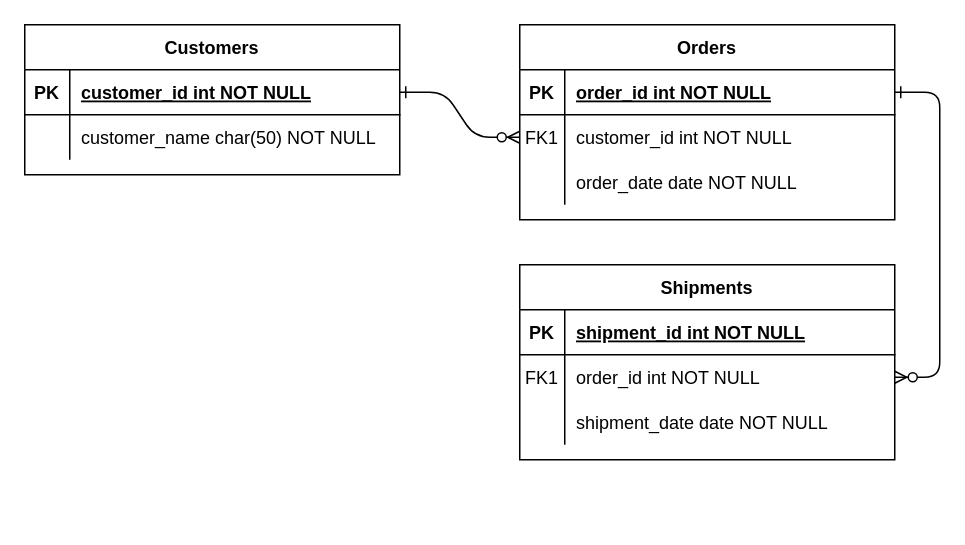
This is paint-kanban.drawio from gaomuziyuan/stock-status-backend, a draw.io file, before an edit. Source tidied: cells renumbered, new cells numbered last; positions are measured from the earlier drawing's top-left corner, leaving out a move shared by most shapes. Both pictures are drawn from the tidied source at 150%, with x=0, y=0 at pixel (24, 24).
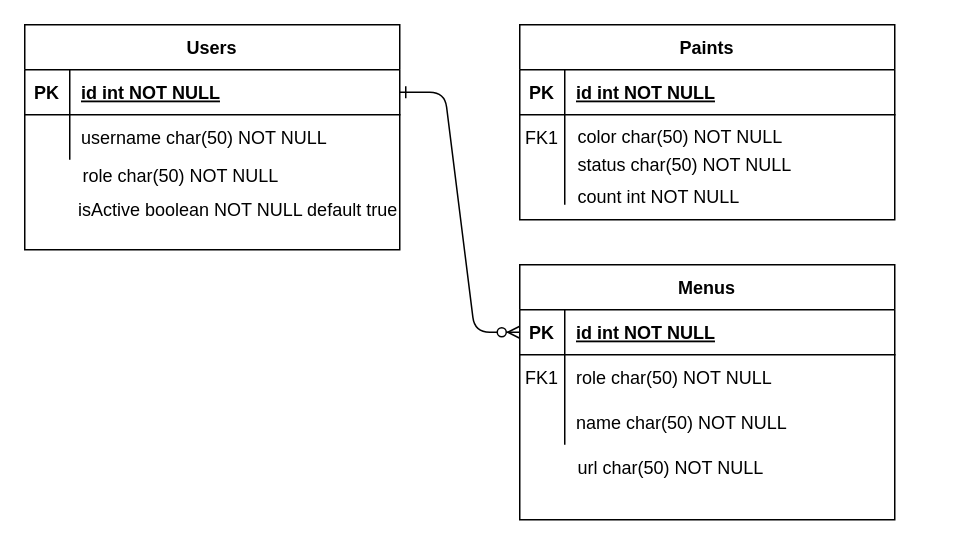
Above is the later version.

Unchanged cells that the change refers to:
```xml
<mxCell id="5" style="shape=partialRectangle;fillColor=none;points=[[0,0.5],[1,0.5]];portConstraint=eastwest;top=0;left=0;right=0;bottom=1;" parent="4" vertex="1">
  <mxGeometry y="30" width="250" height="30" as="geometry" />
</mxCell>
<mxCell id="8" style="shape=partialRectangle;fillColor=none;points=[[0,0.5],[1,0.5]];portConstraint=eastwest;top=0;left=0;right=0;bottom=0;" parent="4" vertex="1">
  <mxGeometry y="60" width="250" height="30" as="geometry" />
</mxCell>
<mxCell id="11" style="shape=partialRectangle;fillColor=none;top=0;left=0;right=0;bottom=0;" parent="4" vertex="1">
  <mxGeometry y="90" width="250" height="30" as="geometry" />
</mxCell>
<mxCell id="15" style="shape=partialRectangle;fillColor=none;points=[[0,0.5],[1,0.5]];portConstraint=eastwest;top=0;left=0;right=0;bottom=1;" parent="14" vertex="1">
  <mxGeometry y="30" width="250" height="30" as="geometry" />
</mxCell>
<mxCell id="18" style="shape=partialRectangle;fillColor=none;points=[[0,0.5],[1,0.5]];portConstraint=eastwest;top=0;left=0;right=0;bottom=0;" parent="14" vertex="1">
  <mxGeometry y="60" width="250" height="30" as="geometry" />
</mxCell>
<mxCell id="21" style="shape=partialRectangle;fillColor=none;top=0;left=0;right=0;bottom=0;" parent="14" vertex="1">
  <mxGeometry y="90" width="250" height="30" as="geometry" />
</mxCell>
<mxCell id="25" style="shape=partialRectangle;fillColor=none;points=[[0,0.5],[1,0.5]];portConstraint=eastwest;top=0;left=0;right=0;bottom=1;" parent="24" vertex="1">
  <mxGeometry y="30" width="250" height="30" as="geometry" />
</mxCell>
<mxCell id="28" style="shape=partialRectangle;fillColor=none;top=0;left=0;right=0;bottom=0;" parent="24" vertex="1">
  <mxGeometry y="60" width="250" height="30" as="geometry" />
</mxCell>
```

What changed in the source:
```diff
@@
-    <mxCell id="2" style="edgeStyle=entityRelationEdgeStyle;endArrow=ERzeroToMany;startArrow=ERone;endFill=1;startFill=0;" parent="1" edge="1" source="25" target="8">
-      <mxGeometry relative="1" as="geometry" />
+    <mxCell id="2" style="edgeStyle=entityRelationEdgeStyle;endArrow=ERzeroToMany;startArrow=ERone;endFill=1;startFill=0;entryX=0;entryY=0.5;entryDx=0;entryDy=0;" parent="1" edge="1" source="25" target="15">
+      <mxGeometry relative="1" as="geometry">
+        <Array as="points">
+          <mxPoint x="320" y="240" />
+          <mxPoint x="310" y="120" />
+        </Array>
+      </mxGeometry>
     </mxCell>
-    <mxCell id="3" style="edgeStyle=entityRelationEdgeStyle;endArrow=ERzeroToMany;startArrow=ERone;endFill=1;startFill=0;" parent="1" edge="1" source="5" target="18">
-      <mxGeometry relative="1" as="geometry" />
-    </mxCell>
-    <mxCell id="4" value="Orders" style="shape=table;startSize=30;childLayout=tableLayout;rowLines=0;fontStyle=1;align=center;" parent="1" vertex="1">
+    <mxCell id="4" value="Paints" style="shape=table;startSize=30;childLayout=tableLayout;rowLines=0;fontStyle=1;align=center;" parent="1" vertex="1">
       <mxGeometry x="330" width="250" height="130" as="geometry" />
     </mxCell>
@@
-    <mxCell id="7" value="order_id int NOT NULL " style="shape=partialRectangle;overflow=hidden;fillColor=none;top=0;left=0;bottom=0;right=0;align=left;spacingLeft=6;fontStyle=5;" parent="5" vertex="1">
+    <mxCell id="7" value="id int NOT NULL " style="shape=partialRectangle;overflow=hidden;fillColor=none;top=0;left=0;bottom=0;right=0;align=left;spacingLeft=6;fontStyle=5;" parent="5" vertex="1">
       <mxGeometry x="30" width="220" height="30" as="geometry" />
     </mxCell>
@@
-    <mxCell id="10" value="customer_id int NOT NULL" style="shape=partialRectangle;overflow=hidden;fillColor=none;top=0;left=0;bottom=0;right=0;align=left;spacingLeft=6;" parent="8" vertex="1">
+    <mxCell id="10" style="shape=partialRectangle;overflow=hidden;fillColor=none;top=0;left=0;bottom=0;right=0;align=left;spacingLeft=6;" parent="8" vertex="1">
       <mxGeometry x="30" width="220" height="30" as="geometry" />
     </mxCell>
@@
-    <mxCell id="13" value="order_date date NOT NULL" style="shape=partialRectangle;overflow=hidden;fillColor=none;top=0;left=0;bottom=0;right=0;align=left;spacingLeft=6;" parent="11" vertex="1">
+    <mxCell id="13" style="shape=partialRectangle;overflow=hidden;fillColor=none;top=0;left=0;bottom=0;right=0;align=left;spacingLeft=6;" parent="11" vertex="1">
       <mxGeometry x="30" width="220" height="30" as="geometry" />
     </mxCell>
-    <mxCell id="14" value="Shipments" style="shape=table;startSize=30;childLayout=tableLayout;rowLines=0;fontStyle=1;align=center;" parent="1" vertex="1">
-      <mxGeometry x="330" y="160" width="250" height="130" as="geometry" />
+    <mxCell id="14" value="Menus" style="shape=table;startSize=30;childLayout=tableLayout;rowLines=0;fontStyle=1;align=center;" parent="1" vertex="1">
+      <mxGeometry x="330" y="160" width="250" height="170" as="geometry" />
     </mxCell>
@@
-    <mxCell id="17" value="shipment_id int NOT NULL " style="shape=partialRectangle;overflow=hidden;fillColor=none;top=0;left=0;bottom=0;right=0;align=left;spacingLeft=6;fontStyle=5;" parent="15" vertex="1">
+    <mxCell id="17" value="id int NOT NULL " style="shape=partialRectangle;overflow=hidden;fillColor=none;top=0;left=0;bottom=0;right=0;align=left;spacingLeft=6;fontStyle=5;" parent="15" vertex="1">
       <mxGeometry x="30" width="220" height="30" as="geometry" />
     </mxCell>
@@
-    <mxCell id="20" value="order_id int NOT NULL" style="shape=partialRectangle;overflow=hidden;fillColor=none;top=0;left=0;bottom=0;right=0;align=left;spacingLeft=6;" parent="18" vertex="1">
+    <mxCell id="20" value="role char(50) NOT NULL" style="shape=partialRectangle;overflow=hidden;fillColor=none;top=0;left=0;bottom=0;right=0;align=left;spacingLeft=6;" parent="18" vertex="1">
       <mxGeometry x="30" width="220" height="30" as="geometry" />
     </mxCell>
@@
-    <mxCell id="23" value="shipment_date date NOT NULL" style="shape=partialRectangle;overflow=hidden;fillColor=none;top=0;left=0;bottom=0;right=0;align=left;spacingLeft=6;" parent="21" vertex="1">
+    <mxCell id="23" value="name char(50) NOT NULL" style="shape=partialRectangle;overflow=hidden;fillColor=none;top=0;left=0;bottom=0;right=0;align=left;spacingLeft=6;" parent="21" vertex="1">
       <mxGeometry x="30" width="220" height="30" as="geometry" />
     </mxCell>
-    <mxCell id="24" value="Customers" style="shape=table;startSize=30;childLayout=tableLayout;rowLines=0;fontStyle=1;align=center;" parent="1" vertex="1">
-      <mxGeometry width="250" height="100" as="geometry" />
+    <mxCell id="24" value="Users" style="shape=table;startSize=30;childLayout=tableLayout;rowLines=0;fontStyle=1;align=center;" parent="1" vertex="1">
+      <mxGeometry width="250" height="150" as="geometry" />
     </mxCell>
@@
-    <mxCell id="27" value="customer_id int NOT NULL " style="shape=partialRectangle;overflow=hidden;fillColor=none;top=0;left=0;bottom=0;right=0;align=left;spacingLeft=6;fontStyle=5;" parent="25" vertex="1">
+    <mxCell id="27" value="id int NOT NULL " style="shape=partialRectangle;overflow=hidden;fillColor=none;top=0;left=0;bottom=0;right=0;align=left;spacingLeft=6;fontStyle=5;" parent="25" vertex="1">
       <mxGeometry x="30" width="220" height="30" as="geometry" />
     </mxCell>
@@
-    <mxCell id="30" value="customer_name char(50) NOT NULL" style="shape=partialRectangle;overflow=hidden;fillColor=none;top=0;left=0;bottom=0;right=0;align=left;spacingLeft=6;" parent="28" vertex="1">
+    <mxCell id="30" value="username char(50) NOT NULL" style="shape=partialRectangle;overflow=hidden;fillColor=none;top=0;left=0;bottom=0;right=0;align=left;spacingLeft=6;" parent="28" vertex="1">
       <mxGeometry x="30" width="220" height="30" as="geometry" />
     </mxCell>
+    <mxCell id="31" value="role char(50) NOT NULL" style="shape=partialRectangle;overflow=hidden;fillColor=none;top=0;left=0;bottom=0;right=0;align=left;spacingLeft=6;" parent="1" vertex="1">
+      <mxGeometry x="31" y="85" width="220" height="30" as="geometry" />
+    </mxCell>
+    <mxCell id="32" value="isActive boolean NOT NULL default true" style="shape=partialRectangle;overflow=hidden;fillColor=none;top=0;left=0;bottom=0;right=0;align=left;spacingLeft=6;" parent="1" vertex="1">
+      <mxGeometry x="28" y="108" width="220" height="30" as="geometry" />
+    </mxCell>
+    <mxCell id="33" value="url char(50) NOT NULL" style="shape=partialRectangle;overflow=hidden;fillColor=none;top=0;left=0;bottom=0;right=0;align=left;spacingLeft=6;" parent="1" vertex="1">
+      <mxGeometry x="361" y="280" width="220" height="30" as="geometry" />
+    </mxCell>
+    <mxCell id="34" value="color char(50) NOT NULL" style="shape=partialRectangle;overflow=hidden;fillColor=none;top=0;left=0;bottom=0;right=0;align=left;spacingLeft=6;" parent="1" vertex="1">
+      <mxGeometry x="361" y="59" width="220" height="30" as="geometry" />
+    </mxCell>
+    <mxCell id="35" value="status char(50) NOT NULL" style="shape=partialRectangle;overflow=hidden;fillColor=none;top=0;left=0;bottom=0;right=0;align=left;spacingLeft=6;" parent="1" vertex="1">
+      <mxGeometry x="361" y="78" width="220" height="30" as="geometry" />
+    </mxCell>
+    <mxCell id="36" value="count int NOT NULL" style="shape=partialRectangle;overflow=hidden;fillColor=none;top=0;left=0;bottom=0;right=0;align=left;spacingLeft=6;" parent="1" vertex="1">
+      <mxGeometry x="361" y="99" width="220" height="30" as="geometry" />
+    </mxCell>
```
